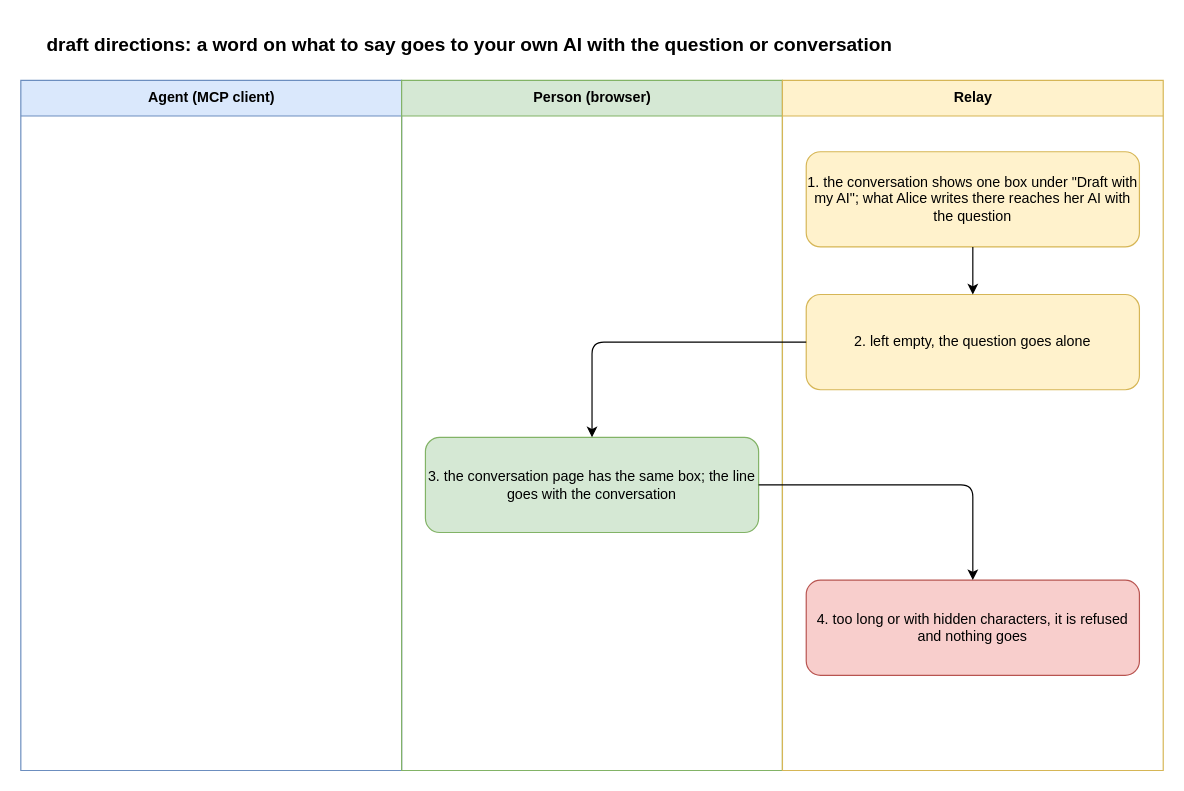
gizemsoylutr/klatsch keeps this draw.io diagram as docs/flows/draft-directions.drawio. Above is the earlier version. Source tidied: cells renumbered, new cells numbered last; positions are measured from the earlier drawing's top-left corner, leaving out a move shared by most shapes. Both pictures are drawn from the tidied source at 119%, with x=0, y=0 at pixel (20, 20).
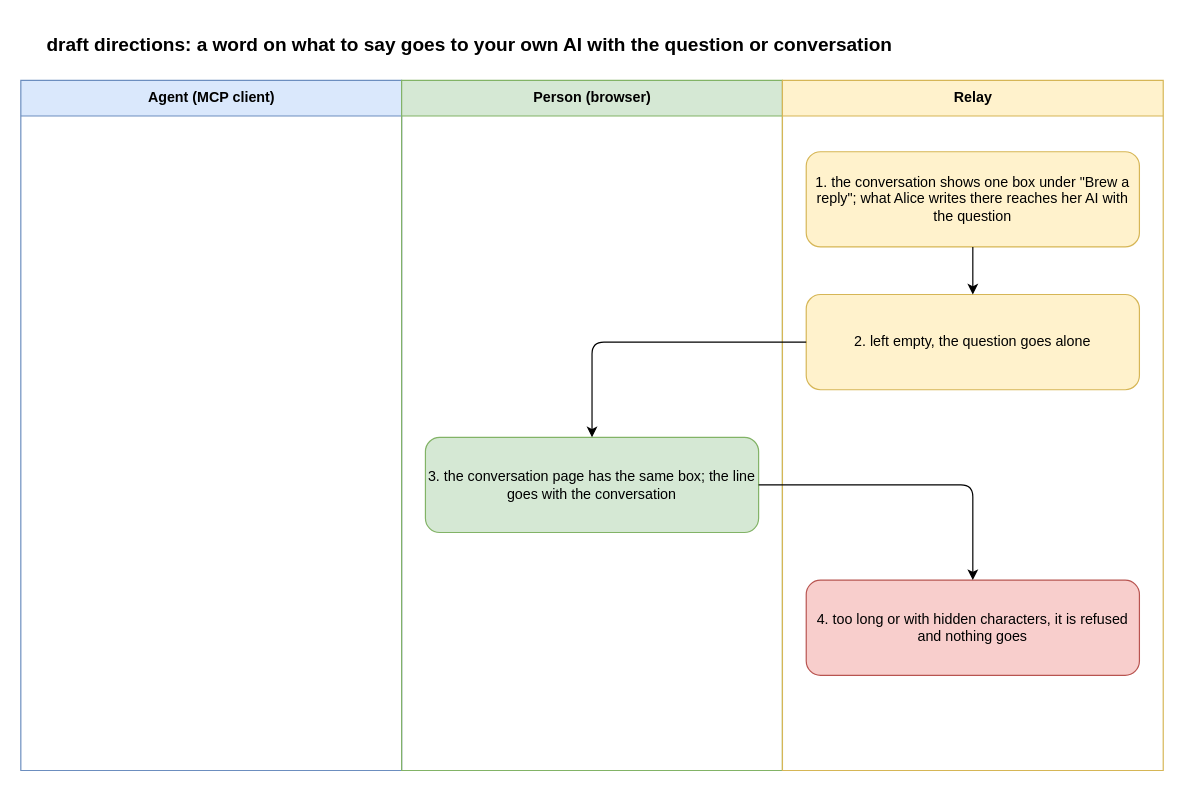
Above is the later version.

Diff of the diagram source:
```diff
@@
 <mxGraphModel>
   <root>
     <mxCell id="0" />
     <mxCell id="1" parent="0" />
     <mxCell id="2" value="draft directions: a word on what to say goes to your own AI with the question or conversation" style="text;html=1;fontSize=16;fontStyle=1;align=left;verticalAlign=middle;whiteSpace=wrap;" parent="1" vertex="1">
       <mxGeometry x="20" width="920" height="40" as="geometry" />
     </mxCell>
     <mxCell id="3" value="Agent (MCP client)" style="swimlane;html=1;startSize=30;fillColor=#dae8fc;strokeColor=#6c8ebf;swimlaneFillColor=none;" parent="1" vertex="1">
       <mxGeometry y="50" width="320" height="580" as="geometry" />
     </mxCell>
     <mxCell id="4" value="Person (browser)" style="swimlane;html=1;startSize=30;fillColor=#d5e8d4;strokeColor=#82b366;swimlaneFillColor=none;" parent="1" vertex="1">
       <mxGeometry x="320" y="50" width="320" height="580" as="geometry" />
     </mxCell>
     <mxCell id="5" value="Relay" style="swimlane;html=1;startSize=30;fillColor=#fff2cc;strokeColor=#d6b656;swimlaneFillColor=none;" parent="1" vertex="1">
       <mxGeometry x="640" y="50" width="320" height="580" as="geometry" />
     </mxCell>
-    <mxCell id="6" value="1. the conversation shows one box under &quot;Draft with my AI&quot;; what Alice writes there reaches her AI with the question" style="rounded=1;whiteSpace=wrap;html=1;fillColor=#fff2cc;strokeColor=#d6b656;fontSize=12;" parent="1" vertex="1">
+    <mxCell id="6" value="1. the conversation shows one box under &quot;Brew a reply&quot;; what Alice writes there reaches her AI with the question" style="rounded=1;whiteSpace=wrap;html=1;fillColor=#fff2cc;strokeColor=#d6b656;fontSize=12;" parent="1" vertex="1">
       <mxGeometry x="660" y="110" width="280" height="80" as="geometry" />
     </mxCell>
     <mxCell id="7" value="2. left empty, the question goes alone" style="rounded=1;whiteSpace=wrap;html=1;fillColor=#fff2cc;strokeColor=#d6b656;fontSize=12;" parent="1" vertex="1">
       <mxGeometry x="660" y="230" width="280" height="80" as="geometry" />
     </mxCell>
     <mxCell id="8" style="edgeStyle=orthogonalEdgeStyle;rounded=1;html=1;endArrow=classic;" parent="1" edge="1" source="6" target="7">
       <mxGeometry relative="1" as="geometry" />
     </mxCell>
     <mxCell id="9" value="3. the conversation page has the same box; the line goes with the conversation" style="rounded=1;whiteSpace=wrap;html=1;fillColor=#d5e8d4;strokeColor=#82b366;fontSize=12;" parent="1" vertex="1">
       <mxGeometry x="340" y="350" width="280" height="80" as="geometry" />
     </mxCell>
     <mxCell id="10" style="edgeStyle=orthogonalEdgeStyle;rounded=1;html=1;endArrow=classic;" parent="1" edge="1" source="7" target="9">
       <mxGeometry relative="1" as="geometry" />
     </mxCell>
     <mxCell id="11" value="4. too long or with hidden characters, it is refused and nothing goes" style="rounded=1;whiteSpace=wrap;html=1;fillColor=#f8cecc;strokeColor=#b85450;fontSize=12;" parent="1" vertex="1">
       <mxGeometry x="660" y="470" width="280" height="80" as="geometry" />
     </mxCell>
     <mxCell id="12" style="edgeStyle=orthogonalEdgeStyle;rounded=1;html=1;endArrow=classic;" parent="1" edge="1" source="9" target="11">
       <mxGeometry relative="1" as="geometry" />
     </mxCell>
   </root>
 </mxGraphModel>
```
